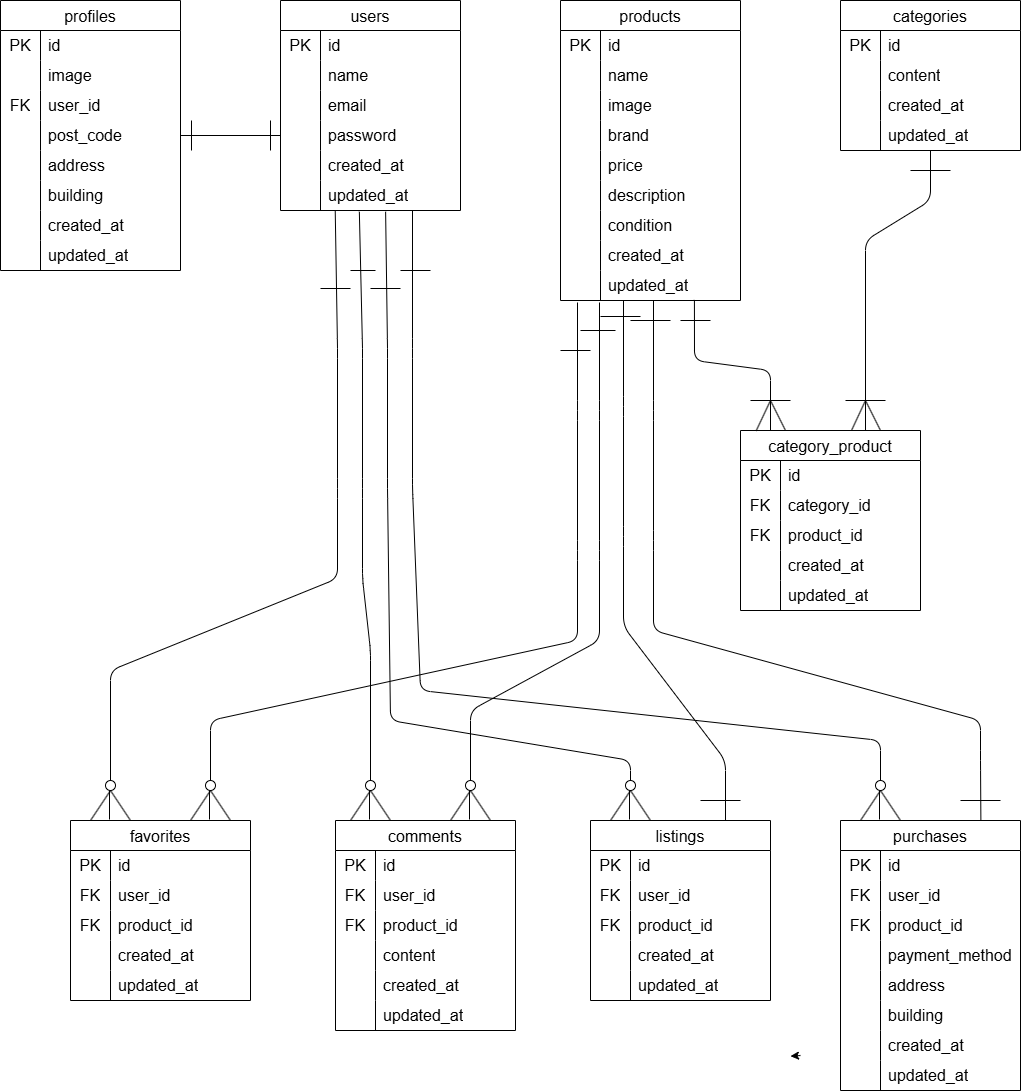
Before: others/er.drawio.png, a diagram exported from draw.io (yuuzaki2000/freema). Source tidied: cells renumbered, new cells last; positions are measured from the earlier drawing's top-left corner, leaving out a move shared by most shapes.
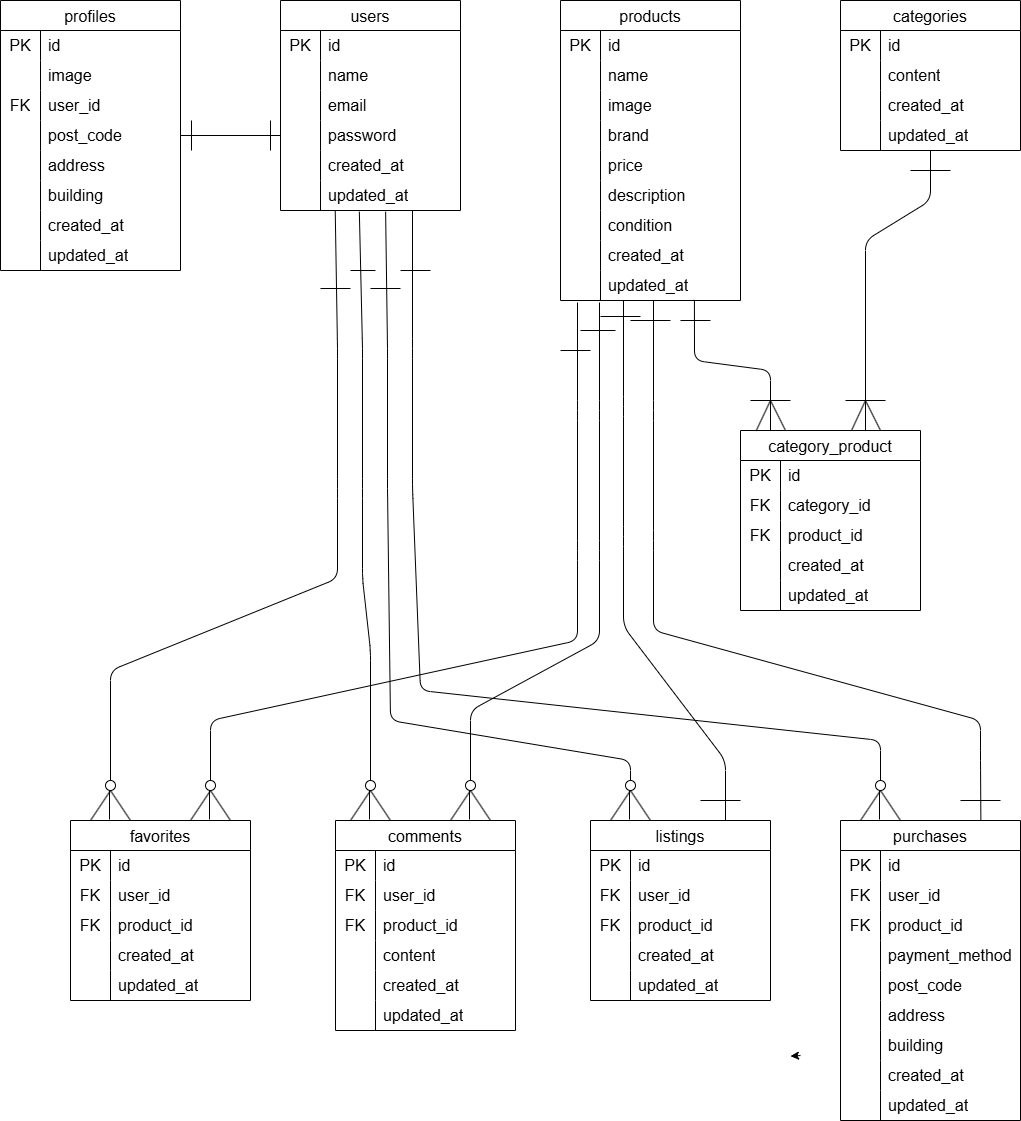
After the change.

Diff of the diagram source:
```diff
@@ -545,7 +545,7 @@
       <mxGeometry x="40" width="140" height="30" as="geometry" />
     </mxCell>
     <mxCell id="167" value="purchases" style="shape=table;startSize=30;rowLines=0;fontStyle=0;strokeColor=default;fontSize=16;" parent="1" vertex="1">
-      <mxGeometry x="840" y="820" width="180" height="270" as="geometry" />
+      <mxGeometry x="840" y="820" width="180" height="300" as="geometry" />
     </mxCell>
     <mxCell id="168" style="shape=tableRow;horizontal=0;startSize=0;swimlaneHead=0;swimlaneBody=0;top=0;left=0;bottom=0;right=0;fillColor=none;strokeColor=inherit;fontSize=16;" parent="167" vertex="1">
       <mxGeometry y="30" width="180" height="30" as="geometry" />
@@ -589,7 +589,7 @@
     <mxCell id="181" style="shape=partialRectangle;html=1;whiteSpace=wrap;fillColor=none;top=0;left=0;bottom=0;right=0;overflow=hidden;strokeColor=inherit;fontSize=16;" parent="180" vertex="1">
       <mxGeometry width="40" height="30" as="geometry" />
     </mxCell>
-    <mxCell id="182" value="address" style="shape=partialRectangle;html=1;whiteSpace=wrap;fillColor=none;top=0;left=0;bottom=0;right=0;align=left;spacingLeft=6;overflow=hidden;strokeColor=inherit;fontSize=16;" parent="180" vertex="1">
+    <mxCell id="182" value="post_code" style="shape=partialRectangle;html=1;whiteSpace=wrap;fillColor=none;top=0;left=0;bottom=0;right=0;align=left;spacingLeft=6;overflow=hidden;strokeColor=inherit;fontSize=16;" parent="180" vertex="1">
       <mxGeometry x="40" width="140" height="30" as="geometry" />
     </mxCell>
     <mxCell id="183" style="shape=tableRow;horizontal=0;startSize=0;swimlaneHead=0;swimlaneBody=0;top=0;left=0;bottom=0;right=0;fillColor=none;strokeColor=inherit;fontSize=16;" parent="167" vertex="1">
@@ -598,7 +598,7 @@
     <mxCell id="184" style="shape=partialRectangle;html=1;whiteSpace=wrap;fillColor=none;top=0;left=0;bottom=0;right=0;overflow=hidden;strokeColor=inherit;fontSize=16;" parent="183" vertex="1">
       <mxGeometry width="40" height="30" as="geometry" />
     </mxCell>
-    <mxCell id="185" value="building" style="shape=partialRectangle;html=1;whiteSpace=wrap;fillColor=none;top=0;left=0;bottom=0;right=0;align=left;spacingLeft=6;overflow=hidden;strokeColor=inherit;fontSize=16;" parent="183" vertex="1">
+    <mxCell id="185" value="&lt;span style=&quot;color: rgb(0, 0, 0);&quot;&gt;address&lt;/span&gt;" style="shape=partialRectangle;html=1;whiteSpace=wrap;fillColor=none;top=0;left=0;bottom=0;right=0;align=left;spacingLeft=6;overflow=hidden;strokeColor=inherit;fontSize=16;" parent="183" vertex="1">
       <mxGeometry x="40" width="140" height="30" as="geometry" />
     </mxCell>
     <mxCell id="186" style="shape=tableRow;horizontal=0;startSize=0;swimlaneHead=0;swimlaneBody=0;top=0;left=0;bottom=0;right=0;fillColor=none;strokeColor=inherit;fontSize=16;" parent="167" vertex="1">
@@ -607,7 +607,7 @@
     <mxCell id="187" style="shape=partialRectangle;html=1;whiteSpace=wrap;fillColor=none;top=0;left=0;bottom=0;right=0;overflow=hidden;strokeColor=inherit;fontSize=16;" parent="186" vertex="1">
       <mxGeometry width="40" height="30" as="geometry" />
     </mxCell>
-    <mxCell id="188" value="created_at" style="shape=partialRectangle;html=1;whiteSpace=wrap;fillColor=none;top=0;left=0;bottom=0;right=0;align=left;spacingLeft=6;overflow=hidden;strokeColor=inherit;fontSize=16;" parent="186" vertex="1">
+    <mxCell id="188" value="building" style="shape=partialRectangle;html=1;whiteSpace=wrap;fillColor=none;top=0;left=0;bottom=0;right=0;align=left;spacingLeft=6;overflow=hidden;strokeColor=inherit;fontSize=16;" parent="186" vertex="1">
       <mxGeometry x="40" width="140" height="30" as="geometry" />
     </mxCell>
     <mxCell id="189" style="shape=tableRow;horizontal=0;startSize=0;swimlaneHead=0;swimlaneBody=0;top=0;left=0;bottom=0;right=0;fillColor=none;strokeColor=inherit;fontSize=16;" parent="167" vertex="1">
@@ -616,9 +616,18 @@
     <mxCell id="190" style="shape=partialRectangle;html=1;whiteSpace=wrap;fillColor=none;top=0;left=0;bottom=0;right=0;overflow=hidden;strokeColor=inherit;fontSize=16;" parent="189" vertex="1">
       <mxGeometry width="40" height="30" as="geometry" />
     </mxCell>
-    <mxCell id="191" value="&lt;span style=&quot;color: rgb(0, 0, 0);&quot;&gt;updated_at&lt;/span&gt;" style="shape=partialRectangle;html=1;whiteSpace=wrap;fillColor=none;top=0;left=0;bottom=0;right=0;align=left;spacingLeft=6;overflow=hidden;strokeColor=inherit;fontSize=16;" parent="189" vertex="1">
+    <mxCell id="191" value="created_at" style="shape=partialRectangle;html=1;whiteSpace=wrap;fillColor=none;top=0;left=0;bottom=0;right=0;align=left;spacingLeft=6;overflow=hidden;strokeColor=inherit;fontSize=16;" parent="189" vertex="1">
       <mxGeometry x="40" width="140" height="30" as="geometry" />
     </mxCell>
+    <mxCell id="237" style="shape=tableRow;horizontal=0;startSize=0;swimlaneHead=0;swimlaneBody=0;top=0;left=0;bottom=0;right=0;fillColor=none;strokeColor=inherit;fontSize=16;" parent="167" vertex="1">
+      <mxGeometry y="270" width="180" height="30" as="geometry" />
+    </mxCell>
+    <mxCell id="238" style="shape=partialRectangle;html=1;whiteSpace=wrap;fillColor=none;top=0;left=0;bottom=0;right=0;overflow=hidden;strokeColor=inherit;fontSize=16;" parent="237" vertex="1">
+      <mxGeometry width="40" height="30" as="geometry" />
+    </mxCell>
+    <mxCell id="239" value="&lt;span style=&quot;color: rgb(0, 0, 0);&quot;&gt;updated_at&lt;/span&gt;" style="shape=partialRectangle;html=1;whiteSpace=wrap;fillColor=none;top=0;left=0;bottom=0;right=0;align=left;spacingLeft=6;overflow=hidden;strokeColor=inherit;fontSize=16;" parent="237" vertex="1">
+      <mxGeometry x="40" width="140" height="30" as="geometry" />
+    </mxCell>
     <mxCell id="192" style="ellipse;whiteSpace=wrap;html=1;" parent="1" vertex="1">
       <mxGeometry x="875" y="780" width="10" height="10" as="geometry" />
     </mxCell>
```
